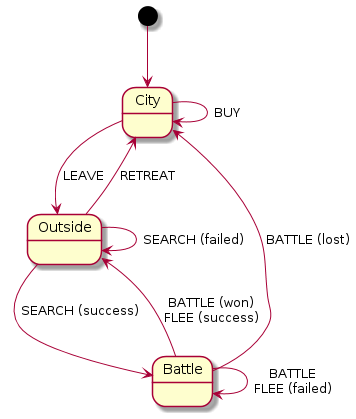
Before: docs/diagrams/game_states.png, a diagram exported from PlantUML (Wurst-Devs/wurst-quest).
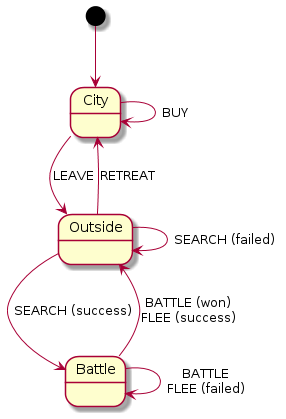
Later version of the same file.

What changed in the source:
```diff
@@ -11,6 +11,5 @@
 
 Battle --> Battle : BATTLE\nFLEE (failed)
 Battle --> Outside : BATTLE (won)\nFLEE (success)
-Battle --> City : BATTLE (lost)
 
 @enduml
```
